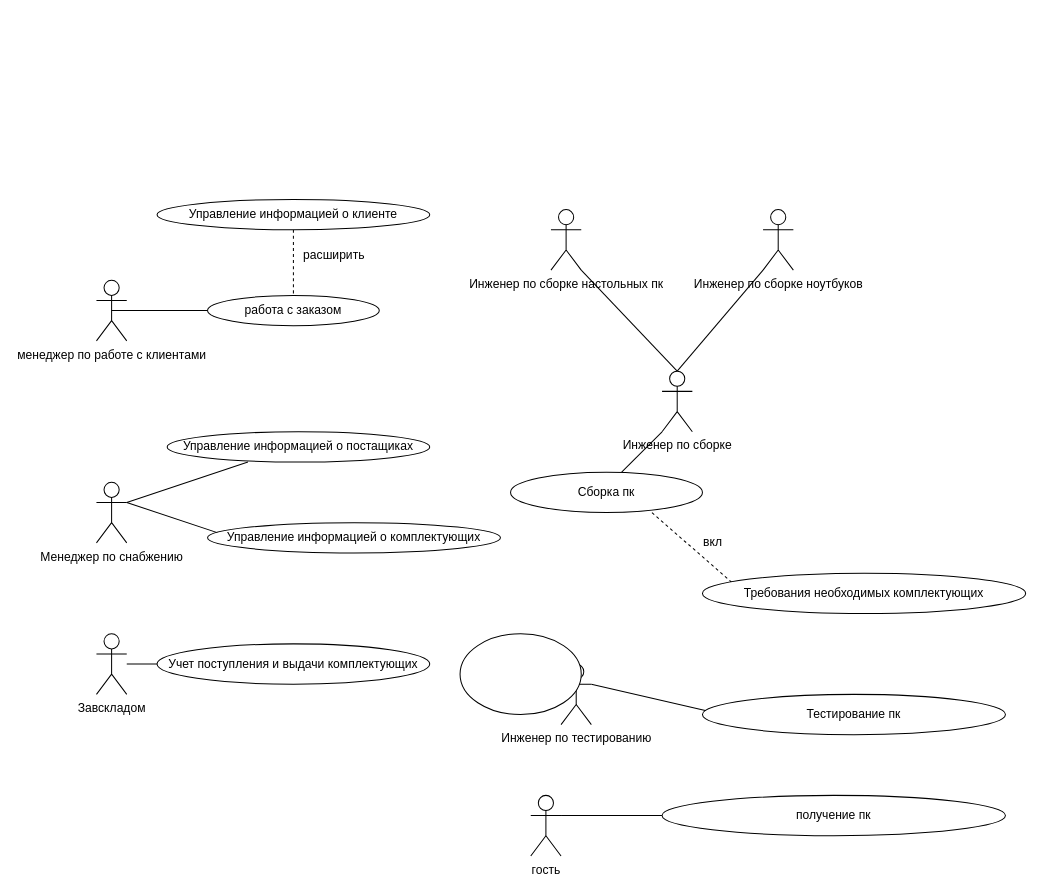
This is page "лаб.1" (1 of 4) of Диаграмма без названия.drawio from Ev0or/dontTouch, a draw.io file, before an edit. Source tidied: cells renumbered, new cells numbered last; positions are measured from the earlier drawing's top-left corner, leaving out a move shared by most shapes. Both pictures are drawn from the tidied source at 101%, with x=0, y=0 at pixel (96, 199).
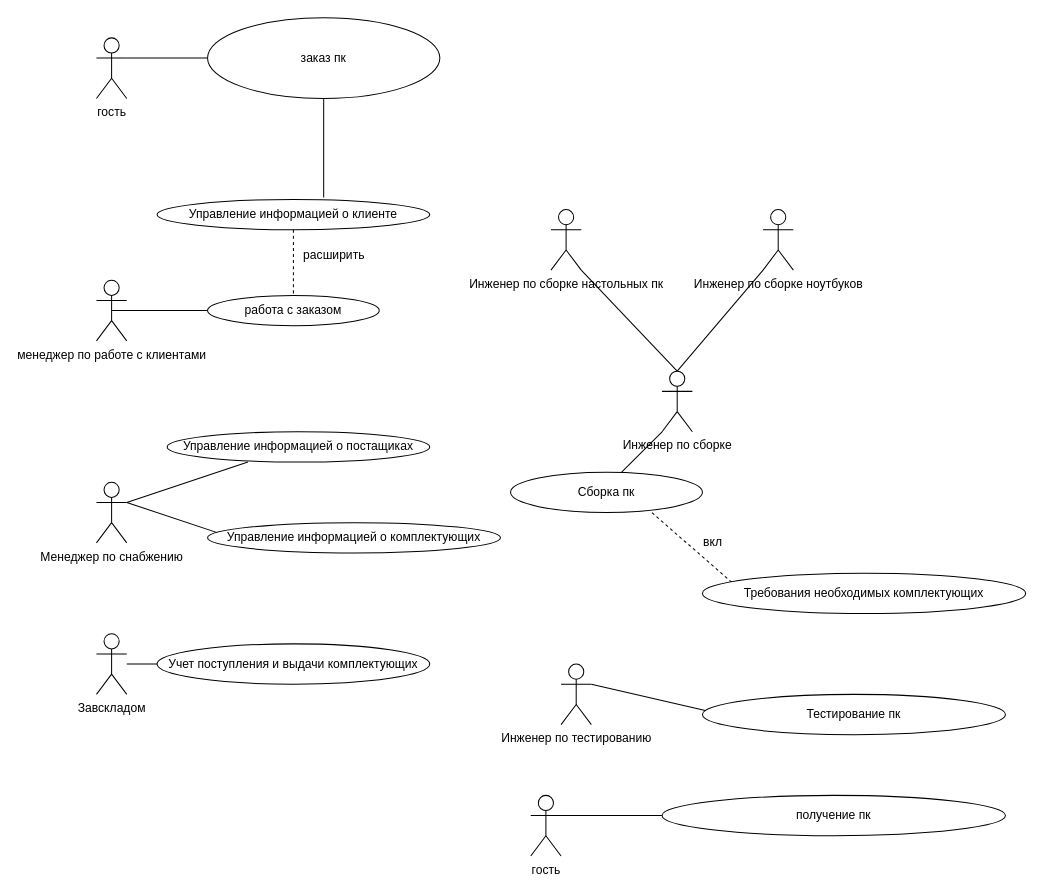
After the change.

The change refers to these unchanged cells:
```xml
<mxCell id="5" value="Управление информацией о клиенте" style="ellipse;whiteSpace=wrap;html=1;" parent="1" vertex="1">
  <mxGeometry x="60" width="270" height="30" as="geometry" />
</mxCell>
```

What changed in the source:
```diff
@@
-    <mxCell id="31" style="ellipse;whiteSpace=wrap;html=1;" parent="1" vertex="1">
-      <mxGeometry x="360" y="430" width="120" height="80" as="geometry" />
-    </mxCell>
@@
+    <mxCell id="33" value="гость" style="shape=umlActor;verticalLabelPosition=bottom;verticalAlign=top;html=1;" parent="1" vertex="1">
+      <mxGeometry y="-160" width="30" height="60" as="geometry" />
+    </mxCell>
+    <mxCell id="34" style="endArrow=none;html=1;rounded=0;" parent="1" edge="1">
+      <mxGeometry relative="1" as="geometry">
+        <mxPoint x="30" y="-140" as="sourcePoint" />
+        <mxPoint x="110" y="-140" as="targetPoint" />
+      </mxGeometry>
+    </mxCell>
+    <mxCell id="35" style="edgeStyle=orthogonalEdgeStyle;rounded=0;jettySize=auto;html=1;entryX=0.611;entryY=-0.067;entryDx=0;entryDy=0;entryPerimeter=0;endArrow=none;endFill=0;" parent="1" edge="1" source="36" target="5">
+      <mxGeometry relative="1" as="geometry" />
+    </mxCell>
+    <mxCell id="36" value="заказ пк" style="ellipse;whiteSpace=wrap;html=1;" parent="1" vertex="1">
+      <mxGeometry x="110" y="-180" width="230" height="80" as="geometry" />
+    </mxCell>
```
